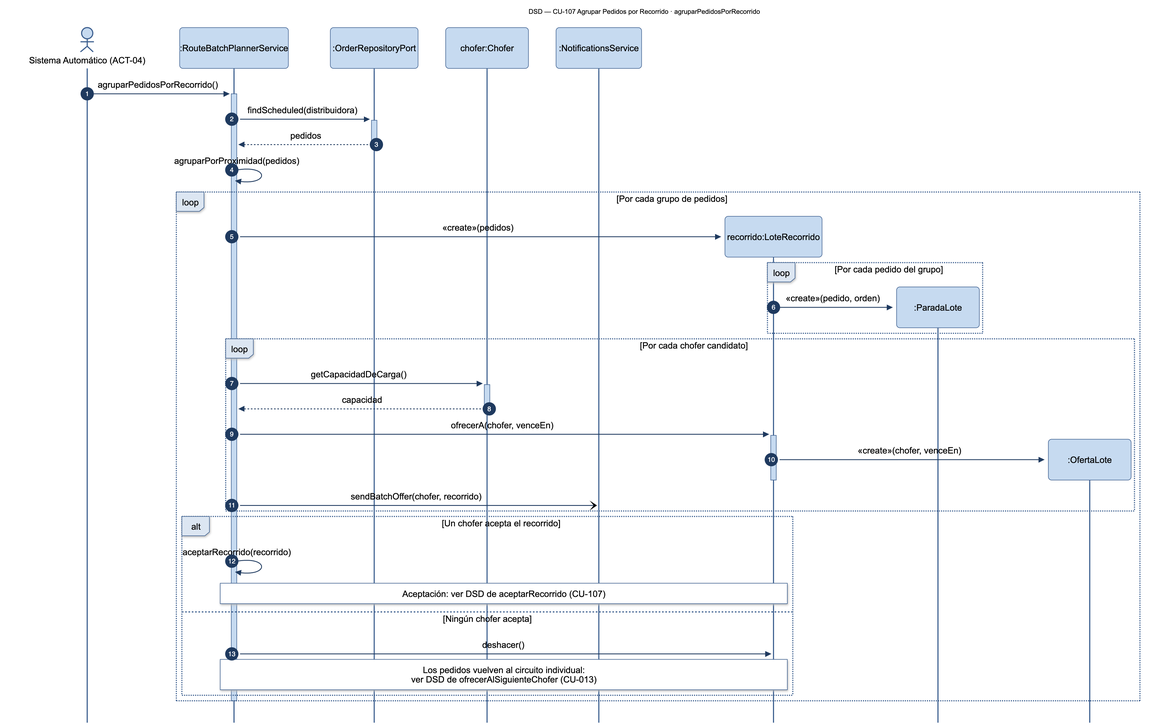
Above: diagramas/png/DSD_CU-107_agruparPedidosPorRecorrido.png in Nahuelito-Dev/splg-docs (Mermaid), before the change. Its source is kept beside it as diagramas/DSD_CU-107_agruparPedidosPorRecorrido.mmd.
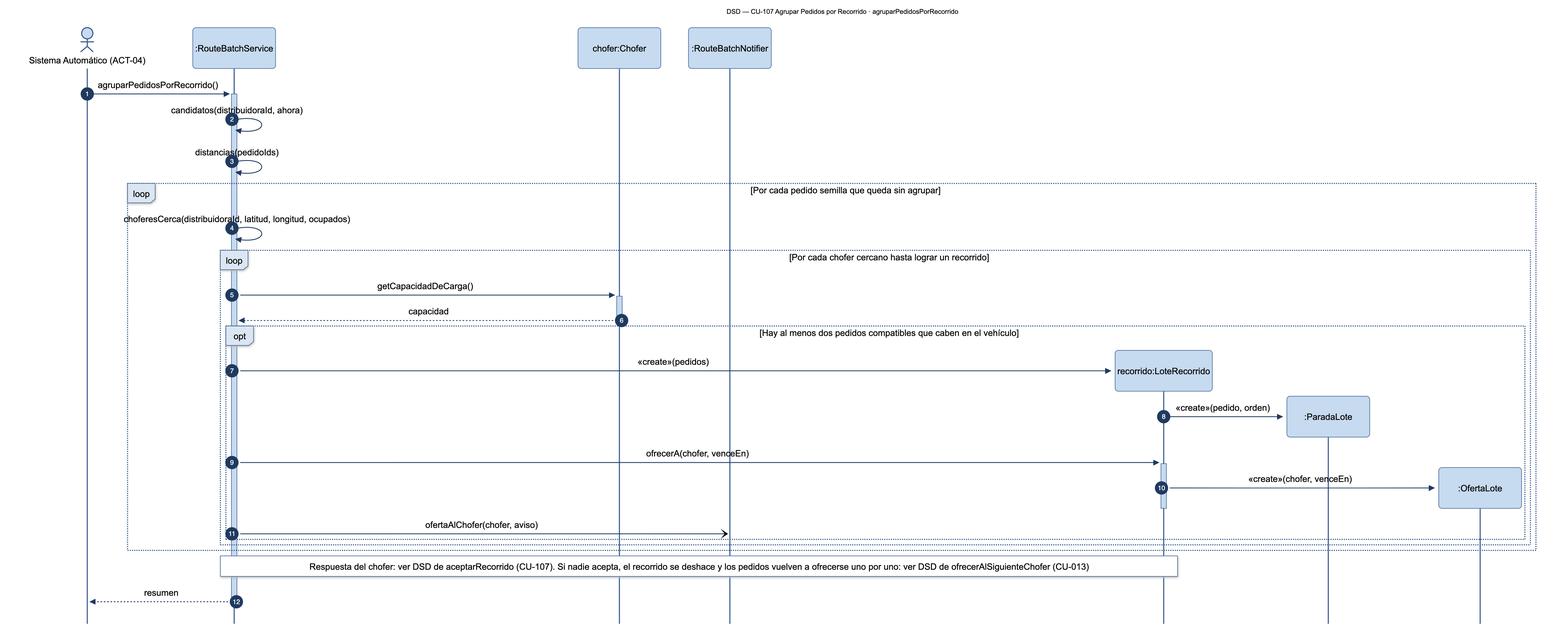
Later version of the same file.

Change to the diagram source:
```diff
@@ -2,37 +2,30 @@
     title DSD — CU-107 Agrupar Pedidos por Recorrido · agruparPedidosPorRecorrido
     autonumber
     actor SIS as Sistema Automático (ACT-04)
-    participant PLN as :RouteBatchPlannerService
-    participant ORD as :OrderRepositoryPort
+    participant RBS as :RouteBatchService
     participant CHO as chofer:Chofer
-    participant NOT as :NotificationsService
+    participant RBN as :RouteBatchNotifier
 
-    SIS->>+PLN: agruparPedidosPorRecorrido()
-    PLN->>+ORD: findScheduled(distribuidora)
-    ORD-->>-PLN: pedidos
-    PLN->>PLN: agruparPorProximidad(pedidos)
-    loop Por cada grupo de pedidos
-        create participant LOT as recorrido:LoteRecorrido
-        PLN->>LOT: «create»(pedidos)
-        loop Por cada pedido del grupo
-            create participant PRA as :ParadaLote
-            LOT->>PRA: «create»(pedido, orden)
-        end
-        loop Por cada chofer candidato
-            PLN->>+CHO: getCapacidadDeCarga()
-            CHO-->>-PLN: capacidad
-            PLN->>+LOT: ofrecerA(chofer, venceEn)
-            create participant OFL as :OfertaLote
-            LOT->>OFL: «create»(chofer, venceEn)
-            deactivate LOT
-            PLN-)NOT: sendBatchOffer(chofer, recorrido)
-        end
-        alt Un chofer acepta el recorrido
-            PLN->>PLN: aceptarRecorrido(recorrido)
-            Note over PLN,LOT: Aceptación: ver DSD de aceptarRecorrido (CU-107)
-        else Ningún chofer acepta
-            PLN->>LOT: deshacer()
-            Note over PLN,LOT: Los pedidos vuelven al circuito individual:<br/>ver DSD de ofrecerAlSiguienteChofer (CU-013)
+    SIS->>+RBS: agruparPedidosPorRecorrido()
+    RBS->>RBS: candidatos(distribuidoraId, ahora)
+    RBS->>RBS: distancias(pedidoIds)
+    loop Por cada pedido semilla que queda sin agrupar
+        RBS->>RBS: choferesCerca(distribuidoraId, latitud, longitud, ocupados)
+        loop Por cada chofer cercano hasta lograr un recorrido
+            RBS->>+CHO: getCapacidadDeCarga()
+            CHO-->>-RBS: capacidad
+            opt Hay al menos dos pedidos compatibles que caben en el vehículo
+                create participant LOT as recorrido:LoteRecorrido
+                RBS->>LOT: «create»(pedidos)
+                create participant PRA as :ParadaLote
+                LOT->>PRA: «create»(pedido, orden)
+                RBS->>+LOT: ofrecerA(chofer, venceEn)
+                create participant OFL as :OfertaLote
+                LOT->>OFL: «create»(chofer, venceEn)
+                deactivate LOT
+                RBS-)RBN: ofertaAlChofer(chofer, aviso)
+            end
         end
     end
-    deactivate PLN
+    Note over RBS,LOT: Respuesta del chofer: ver DSD de aceptarRecorrido (CU-107). Si nadie acepta, el recorrido se deshace y los pedidos vuelven a ofrecerse uno por uno: ver DSD de ofrecerAlSiguienteChofer (CU-013)
+    RBS-->>-SIS: resumen
```
